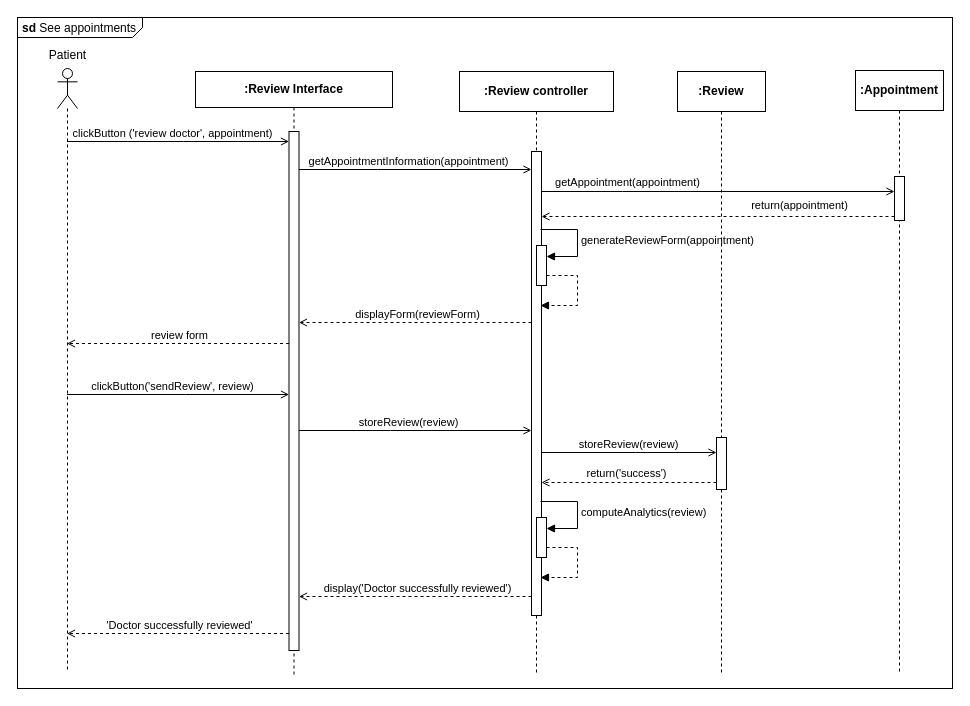
Earlier version of the draw.io diagram Diagrams/Sequence/Sequence 13 - Review doctor.drawio (RafaelCMira/myclinic-msp-project). Source tidied: cells renumbered, new cells numbered last; positions are measured from the earlier drawing's top-left corner, leaving out a move shared by most shapes. Both pictures are drawn from the tidied source at 100%, with x=0, y=0 at pixel (17, 17).
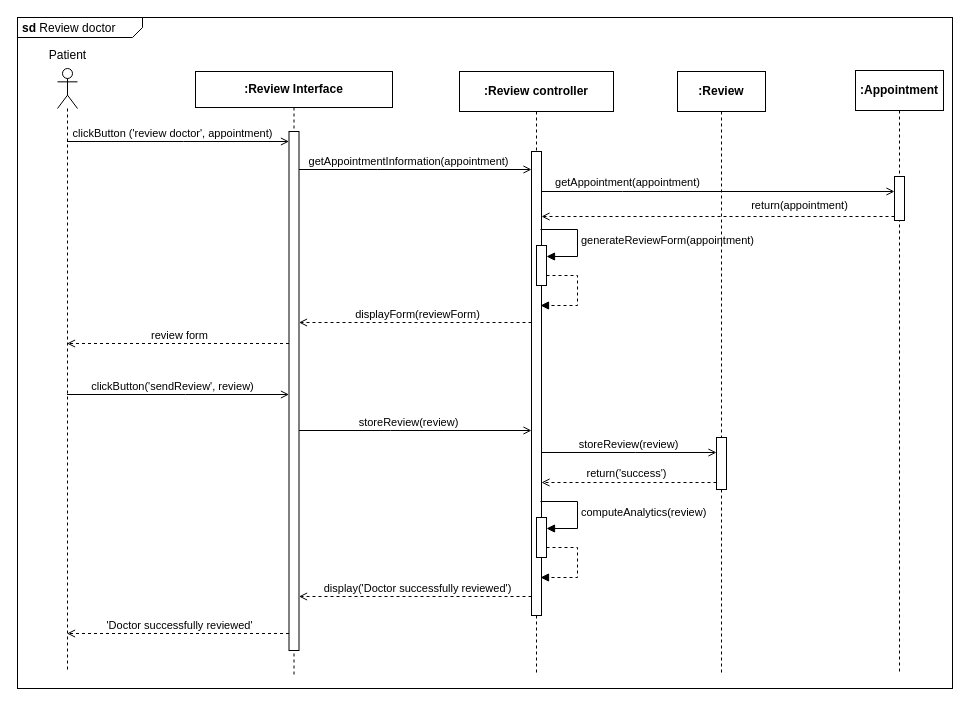
The same page after the edit.

Change to the diagram source:
```diff
@@
-    <mxCell id="2" value="&lt;p style=&quot;margin:0px;margin-top:4px;margin-left:5px;text-align:left;&quot;&gt;&lt;b&gt;sd&lt;/b&gt;&amp;nbsp;See appointments&lt;/p&gt;" style="html=1;shape=mxgraph.sysml.package;overflow=fill;labelX=125.17;align=left;spacingLeft=5;verticalAlign=top;spacingTop=-3;" parent="1" vertex="1">
+    <mxCell id="2" value="&lt;p style=&quot;margin:0px;margin-top:4px;margin-left:5px;text-align:left;&quot;&gt;&lt;b&gt;sd&lt;/b&gt;&amp;nbsp;Review doctor&lt;/p&gt;" style="html=1;shape=mxgraph.sysml.package;overflow=fill;labelX=125.17;align=left;spacingLeft=5;verticalAlign=top;spacingTop=-3;" parent="1" vertex="1">
       <mxGeometry width="935" height="671" as="geometry" />
     </mxCell>
```
